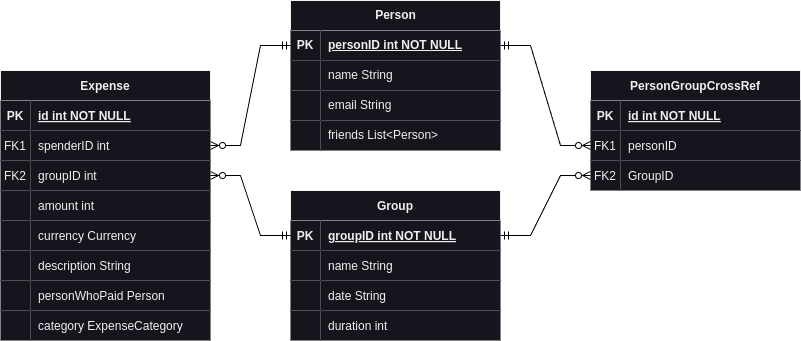
Before: datamodels/ER Model.png, a diagram exported from draw.io (Arpad-H/bananasplit). Source tidied: cells renumbered, new cells last; positions are measured from the earlier drawing's top-left corner, leaving out a move shared by most shapes.
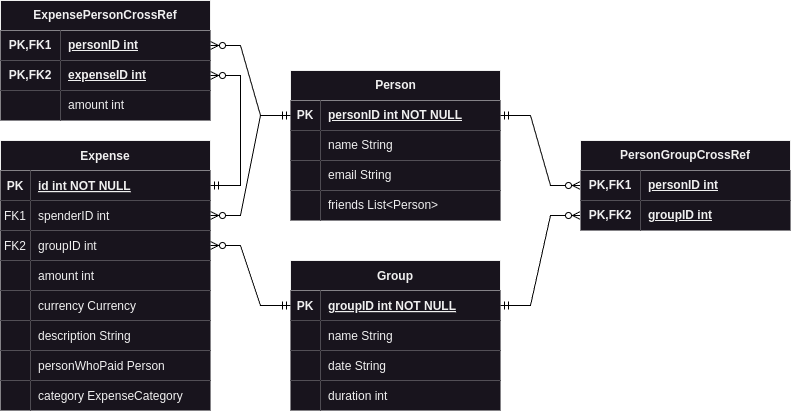
The same file after the commit.

Change to the diagram source:
```diff
@@ -41,36 +41,6 @@
     <mxCell id="14" value="duration int" style="shape=partialRectangle;overflow=hidden;fillColor=default;top=0;left=0;bottom=0;right=0;align=left;spacingLeft=6;" parent="12" vertex="1">
       <mxGeometry x="30" width="180" height="30" as="geometry" />
     </mxCell>
-    <mxCell id="15" value="PersonGroupCrossRef" style="shape=table;startSize=30;rowLines=0;fontStyle=1;align=center;fillStyle=auto;" parent="1" vertex="1">
-      <mxGeometry x="590" y="70" width="210" height="120" as="geometry" />
-    </mxCell>
-    <mxCell id="16" style="shape=partialRectangle;fillColor=none;top=0;left=0;right=0;bottom=1;" parent="15" vertex="1">
-      <mxGeometry y="30" width="210" height="30" as="geometry" />
-    </mxCell>
-    <mxCell id="17" value="PK" style="shape=partialRectangle;overflow=hidden;fillColor=default;top=0;left=0;bottom=0;right=0;fontStyle=1;" parent="16" vertex="1">
-      <mxGeometry width="30" height="30" as="geometry" />
-    </mxCell>
-    <mxCell id="18" value="id int NOT NULL " style="shape=partialRectangle;overflow=hidden;fillColor=default;top=0;left=0;bottom=0;right=0;align=left;spacingLeft=6;fontStyle=5;" parent="16" vertex="1">
-      <mxGeometry x="30" width="180" height="30" as="geometry" />
-    </mxCell>
-    <mxCell id="19" style="shape=partialRectangle;fillColor=none;points=[[0,0.5],[1,0.5]];portConstraint=eastwest;top=0;left=0;right=0;bottom=0;" parent="15" vertex="1">
-      <mxGeometry y="60" width="210" height="30" as="geometry" />
-    </mxCell>
-    <mxCell id="20" value="FK1" style="shape=partialRectangle;overflow=hidden;fillColor=default;top=0;left=0;bottom=0;right=0;" parent="19" vertex="1">
-      <mxGeometry width="30" height="30" as="geometry" />
-    </mxCell>
-    <mxCell id="21" value="personID" style="shape=partialRectangle;overflow=hidden;fillColor=default;top=0;left=0;bottom=0;right=0;align=left;spacingLeft=6;" parent="19" vertex="1">
-      <mxGeometry x="30" width="180" height="30" as="geometry" />
-    </mxCell>
-    <mxCell id="22" style="shape=partialRectangle;fillColor=none;points=[[0,0.5],[1,0.5]];portConstraint=eastwest;top=0;left=0;right=0;bottom=0;" parent="15" vertex="1">
-      <mxGeometry y="90" width="210" height="30" as="geometry" />
-    </mxCell>
-    <mxCell id="23" value="FK2" style="shape=partialRectangle;overflow=hidden;fillColor=default;top=0;left=0;bottom=0;right=0;" parent="22" vertex="1">
-      <mxGeometry width="30" height="30" as="geometry" />
-    </mxCell>
-    <mxCell id="24" value="GroupID" style="shape=partialRectangle;overflow=hidden;fillColor=default;top=0;left=0;bottom=0;right=0;align=left;spacingLeft=6;" parent="22" vertex="1">
-      <mxGeometry x="30" width="180" height="30" as="geometry" />
-    </mxCell>
     <mxCell id="25" value="Expense" style="shape=table;startSize=30;rowLines=0;fontStyle=1;align=center;" parent="1" vertex="1">
       <mxGeometry y="70" width="210" height="270" as="geometry" />
     </mxCell>
@@ -197,11 +167,82 @@
         </Array>
       </mxGeometry>
     </mxCell>
-    <mxCell id="65" style="edgeStyle=entityRelationEdgeStyle;fontSize=12;html=1;endArrow=ERzeroToMany;startArrow=ERmandOne;rounded=0;exitX=1;exitY=0.5;exitDx=0;exitDy=0;entryX=0;entryY=0.5;entryDx=0;entryDy=0;strokeColor=#000000;" parent="1" edge="1" source="3" target="22">
+    <mxCell id="65" style="edgeStyle=entityRelationEdgeStyle;fontSize=12;html=1;endArrow=ERzeroToMany;startArrow=ERmandOne;rounded=0;exitX=1;exitY=0.5;exitDx=0;exitDy=0;entryX=0;entryY=0.5;entryDx=0;entryDy=0;strokeColor=#000000;" parent="1" edge="1" source="3" target="70">
       <mxGeometry relative="1" as="geometry" />
     </mxCell>
-    <mxCell id="66" style="edgeStyle=entityRelationEdgeStyle;fontSize=12;html=1;endArrow=ERzeroToMany;startArrow=ERmandOne;rounded=0;exitX=1;exitY=0.5;exitDx=0;exitDy=0;entryX=0;entryY=0.5;entryDx=0;entryDy=0;strokeColor=#000000;" parent="1" edge="1" source="51" target="19">
+    <mxCell id="66" style="edgeStyle=entityRelationEdgeStyle;fontSize=12;html=1;endArrow=ERzeroToMany;startArrow=ERmandOne;rounded=0;exitX=1;exitY=0.5;exitDx=0;exitDy=0;entryX=0;entryY=0.5;entryDx=0;entryDy=0;strokeColor=#000000;" parent="1" edge="1" source="51" target="67">
       <mxGeometry relative="1" as="geometry" />
     </mxCell>
+    <mxCell id="15" value="&lt;span style=&quot;text-wrap: nowrap;&quot;&gt;PersonGroupCrossRef&lt;/span&gt;" style="shape=table;startSize=30;rowLines=0;fontStyle=1;align=center;html=1;whiteSpace=wrap;fillColor=default;" parent="1" vertex="1">
+      <mxGeometry x="580" y="70" width="210" height="90" as="geometry" />
+    </mxCell>
+    <mxCell id="67" style="shape=tableRow;horizontal=0;startSize=0;swimlaneHead=0;swimlaneBody=0;fillColor=none;points=[[0,0.5],[1,0.5]];portConstraint=eastwest;top=0;left=0;right=0;bottom=0;html=1;" parent="15" vertex="1">
+      <mxGeometry y="30" width="210" height="30" as="geometry" />
+    </mxCell>
+    <mxCell id="68" value="PK,FK1" style="shape=partialRectangle;fillColor=default;top=0;left=0;bottom=0;right=0;fontStyle=1;overflow=hidden;html=1;whiteSpace=wrap;" parent="67" vertex="1">
+      <mxGeometry width="60" height="30" as="geometry" />
+    </mxCell>
+    <mxCell id="69" value="personID int" style="shape=partialRectangle;fillColor=default;top=0;left=0;bottom=0;right=0;align=left;spacingLeft=6;fontStyle=5;overflow=hidden;html=1;whiteSpace=wrap;" parent="67" vertex="1">
+      <mxGeometry x="60" width="150" height="30" as="geometry" />
+    </mxCell>
+    <mxCell id="70" style="shape=tableRow;horizontal=0;startSize=0;swimlaneHead=0;swimlaneBody=0;fillColor=none;points=[[0,0.5],[1,0.5]];portConstraint=eastwest;top=0;left=0;right=0;bottom=1;html=1;" parent="15" vertex="1">
+      <mxGeometry y="60" width="210" height="30" as="geometry" />
+    </mxCell>
+    <mxCell id="71" value="PK,FK2" style="shape=partialRectangle;fillColor=default;top=0;left=0;bottom=0;right=0;fontStyle=1;overflow=hidden;html=1;whiteSpace=wrap;" parent="70" vertex="1">
+      <mxGeometry width="60" height="30" as="geometry" />
+    </mxCell>
+    <mxCell id="72" value="groupID int" style="shape=partialRectangle;fillColor=default;top=0;left=0;bottom=0;right=0;align=left;spacingLeft=6;fontStyle=5;overflow=hidden;html=1;whiteSpace=wrap;" parent="70" vertex="1">
+      <mxGeometry x="60" width="150" height="30" as="geometry" />
+    </mxCell>
+    <mxCell id="73" value="ExpensePersonCrossRef" style="shape=table;startSize=30;rowLines=0;fontStyle=1;align=center;html=1;whiteSpace=wrap;" parent="1" vertex="1">
+      <mxGeometry y="-70" width="210" height="120" as="geometry" />
+    </mxCell>
+    <mxCell id="74" style="shape=tableRow;horizontal=0;startSize=0;swimlaneHead=0;swimlaneBody=0;fillColor=none;points=[[0,0.5],[1,0.5]];portConstraint=eastwest;top=0;left=0;right=0;bottom=0;html=1;" parent="73" vertex="1">
+      <mxGeometry y="30" width="210" height="30" as="geometry" />
+    </mxCell>
+    <mxCell id="75" value="PK,FK1" style="shape=partialRectangle;fillColor=default;top=0;left=0;bottom=0;right=0;fontStyle=1;overflow=hidden;html=1;whiteSpace=wrap;" parent="74" vertex="1">
+      <mxGeometry width="60" height="30" as="geometry" />
+    </mxCell>
+    <mxCell id="76" value="person&lt;span style=&quot;background-color: initial;&quot;&gt;ID int&lt;/span&gt;" style="shape=partialRectangle;fillColor=default;top=0;left=0;bottom=0;right=0;align=left;spacingLeft=6;fontStyle=5;overflow=hidden;html=1;whiteSpace=wrap;" parent="74" vertex="1">
+      <mxGeometry x="60" width="150" height="30" as="geometry" />
+    </mxCell>
+    <mxCell id="77" style="shape=tableRow;horizontal=0;startSize=0;swimlaneHead=0;swimlaneBody=0;fillColor=none;points=[[0,0.5],[1,0.5]];portConstraint=eastwest;top=0;left=0;right=0;bottom=1;html=1;" parent="73" vertex="1">
+      <mxGeometry y="60" width="210" height="30" as="geometry" />
+    </mxCell>
+    <mxCell id="78" value="PK,FK2" style="shape=partialRectangle;fillColor=default;top=0;left=0;bottom=0;right=0;fontStyle=1;overflow=hidden;html=1;whiteSpace=wrap;" parent="77" vertex="1">
+      <mxGeometry width="60" height="30" as="geometry" />
+    </mxCell>
+    <mxCell id="79" value="expenseID int" style="shape=partialRectangle;fillColor=default;top=0;left=0;bottom=0;right=0;align=left;spacingLeft=6;fontStyle=5;overflow=hidden;html=1;whiteSpace=wrap;" parent="77" vertex="1">
+      <mxGeometry x="60" width="150" height="30" as="geometry" />
+    </mxCell>
+    <mxCell id="80" style="shape=tableRow;horizontal=0;startSize=0;swimlaneHead=0;swimlaneBody=0;fillColor=none;top=0;left=0;right=0;bottom=0;html=1;" parent="73" vertex="1">
+      <mxGeometry y="90" width="210" height="30" as="geometry" />
+    </mxCell>
+    <mxCell id="81" style="shape=partialRectangle;fillColor=default;top=0;left=0;bottom=0;right=0;overflow=hidden;html=1;whiteSpace=wrap;" parent="80" vertex="1">
+      <mxGeometry width="60" height="30" as="geometry" />
+    </mxCell>
+    <mxCell id="82" value="amount int" style="shape=partialRectangle;fillColor=default;top=0;left=0;bottom=0;right=0;align=left;spacingLeft=6;overflow=hidden;html=1;whiteSpace=wrap;" parent="80" vertex="1">
+      <mxGeometry x="60" width="150" height="30" as="geometry" />
+    </mxCell>
+    <mxCell id="83" style="edgeStyle=entityRelationEdgeStyle;fontSize=12;html=1;endArrow=ERzeroToMany;startArrow=ERmandOne;rounded=0;exitX=1;exitY=0.5;exitDx=0;exitDy=0;strokeColor=#000000;entryX=1;entryY=0.5;entryDx=0;entryDy=0;" parent="1" edge="1" source="26" target="77">
+      <mxGeometry relative="1" as="geometry">
+        <Array as="points">
+          <mxPoint x="-60.2" y="320" />
+          <mxPoint x="-130" y="60" />
+          <mxPoint x="280" y="310" />
+          <mxPoint y="280" />
+        </Array>
+      </mxGeometry>
+    </mxCell>
+    <mxCell id="84" style="edgeStyle=entityRelationEdgeStyle;fontSize=12;html=1;endArrow=ERzeroToMany;startArrow=ERmandOne;rounded=0;strokeColor=#000000;entryX=1;entryY=0.5;entryDx=0;entryDy=0;" parent="1" edge="1" source="51" target="74">
+      <mxGeometry relative="1" as="geometry">
+        <Array as="points">
+          <mxPoint x="-50.2" y="330" />
+          <mxPoint x="-120" y="70" />
+          <mxPoint x="290" y="320" />
+          <mxPoint x="10" y="290" />
+        </Array>
+      </mxGeometry>
+    </mxCell>
   </root>
 </mxGraphModel>
```
